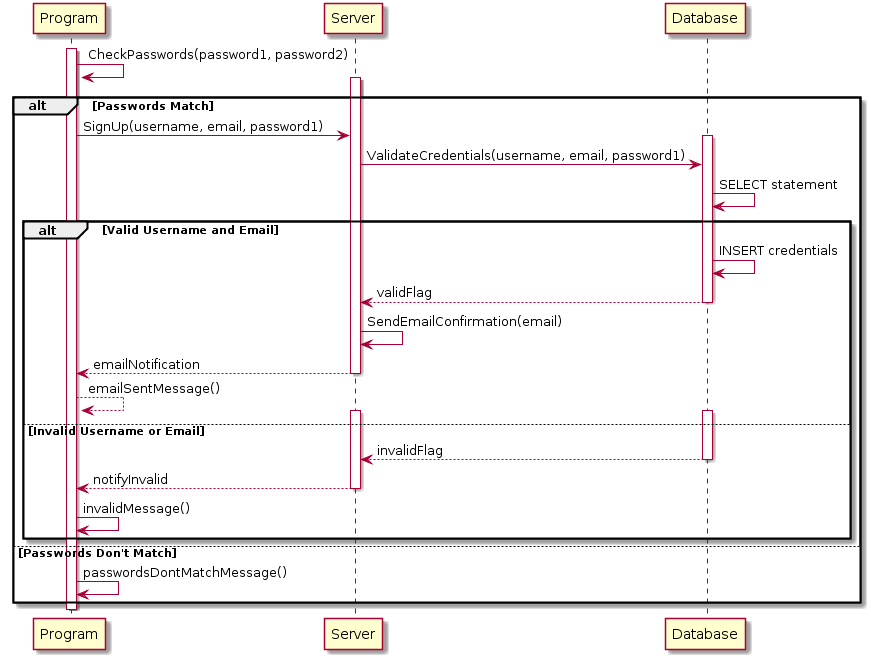
Before: doc/SSRS/images/SequenceDiagrams/AuthenticationSignUp.png, a diagram exported from PlantUML (cs383-4/sQuire). The source it was exported from:
```plantuml
@startuml
Activate Program
Program -> Program : CheckPasswords(password1, password2)

alt Passwords Match

    Activate Server
    Program -> Server : SignUp(username, email, password1)
    Activate Database
    Server -> Database : ValidateCredentials(username, email, password1)
    Database -> Database : SELECT statement

    alt Valid Username and Email

        Database -> Database : INSERT credentials
        Database --> Server : validFlag
        Deactivate Database
        Server -> Server : SendEmailConfirmation(email)
        Server --> Program : emailNotification
        Deactivate Server
        Program --> Program : emailSentMessage()

    else Invalid Username or Email

        Activate Database
        Activate Server
        Database --> Server : invalidFlag
        Deactivate Database
        Server --> Program : notifyInvalid
        Deactivate Server
        Program -> Program : invalidMessage()

    end

else Passwords Don't Match

    Program -> Program : passwordsDontMatchMessage()

end

Deactivate Program
@enduml
```
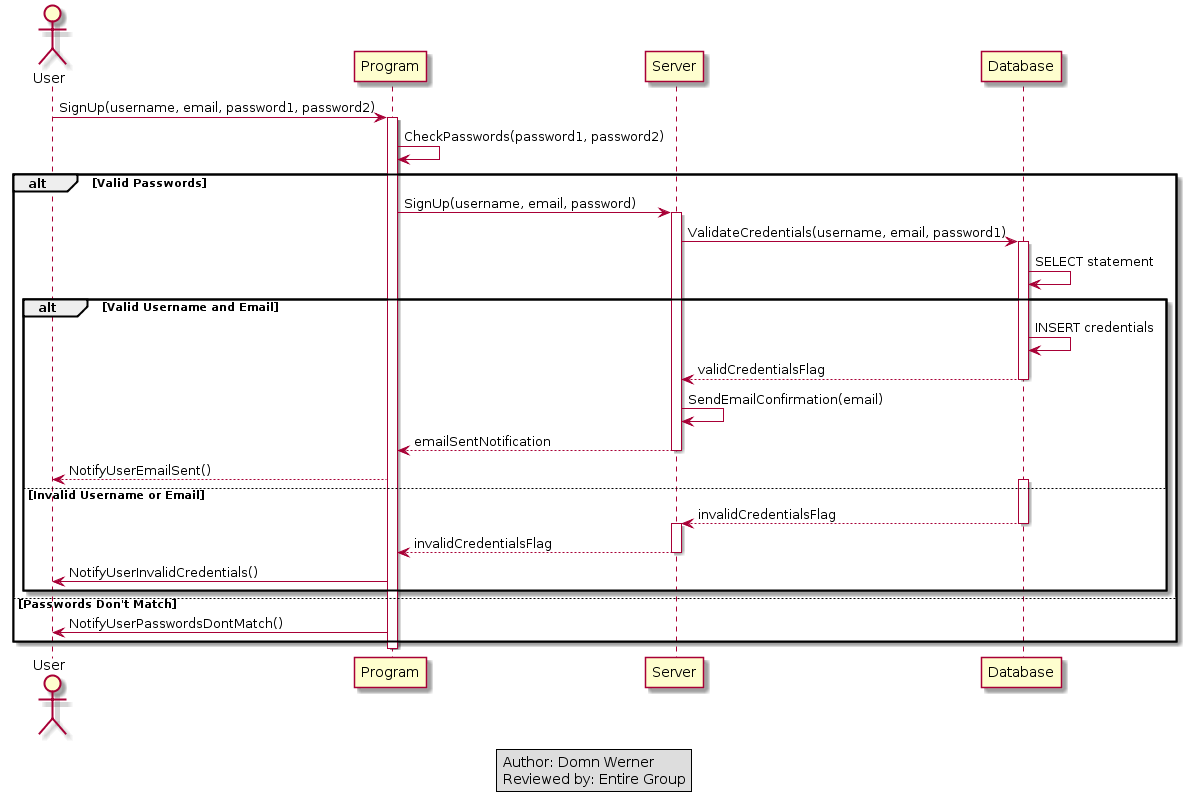
Above is the later version.

Diff of the diagram source:
```diff
@@ -1,42 +1,50 @@
 @startuml
+Actor User
+
+User -> Program : SignUp(username, email, password1, password2)
 Activate Program
 Program -> Program : CheckPasswords(password1, password2)
 
-alt Passwords Match
+alt Valid Passwords
 
+    Program -> Server : SignUp(username, email, password)
     Activate Server
-    Program -> Server : SignUp(username, email, password1)
+    Server -> Database : ValidateCredentials(username, email, password1)
     Activate Database
-    Server -> Database : ValidateCredentials(username, email, password1)
     Database -> Database : SELECT statement
 
     alt Valid Username and Email
 
         Database -> Database : INSERT credentials
-        Database --> Server : validFlag
+        Database --> Server : validCredentialsFlag
         Deactivate Database
         Server -> Server : SendEmailConfirmation(email)
-        Server --> Program : emailNotification
+        Server --> Program : emailSentNotification
         Deactivate Server
-        Program --> Program : emailSentMessage()
+        Program --> User : NotifyUserEmailSent()
 
     else Invalid Username or Email
 
         Activate Database
+        Database --> Server : invalidCredentialsFlag
+        Deactivate Database
         Activate Server
-        Database --> Server : invalidFlag
-        Deactivate Database
-        Server --> Program : notifyInvalid
+        Server --> Program : invalidCredentialsFlag
         Deactivate Server
-        Program -> Program : invalidMessage()
+        Program -> User : NotifyUserInvalidCredentials()
 
     end
 
 else Passwords Don't Match
 
-    Program -> Program : passwordsDontMatchMessage()
+    Program -> User : NotifyUserPasswordsDontMatch()
 
 end
 
 Deactivate Program
+
+legend center
+Author: Domn Werner
+Reviewed by: Entire Group
+end legend
 @enduml
```
